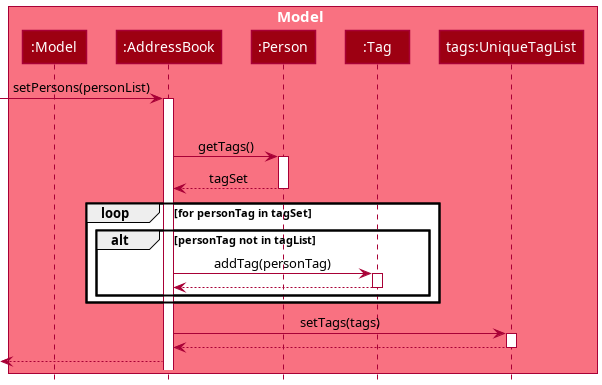
nus-cs2103-AY2122S2/tp keeps this PlantUML diagram as docs/images/AddressBookSetPersonsSequenceDiagram.png. Above is the earlier version.
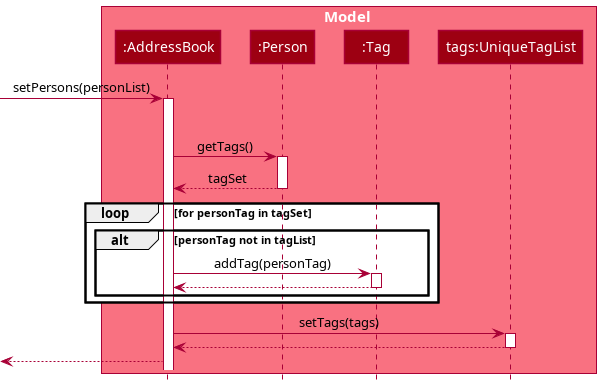
The same file after the commit.

Commit message:
Fix sequence diagram nesting

Diff of the diagram source:
```diff
@@ -2,7 +2,6 @@
 !include style.puml
 
 box Model MODEL_COLOR_T1
-participant ":Model" as Model MODEL_COLOR
 participant ":AddressBook" as AddressBook MODEL_COLOR
 participant ":Person" as Person MODEL_COLOR
 participant ":Tag" as Tag MODEL_COLOR
```
